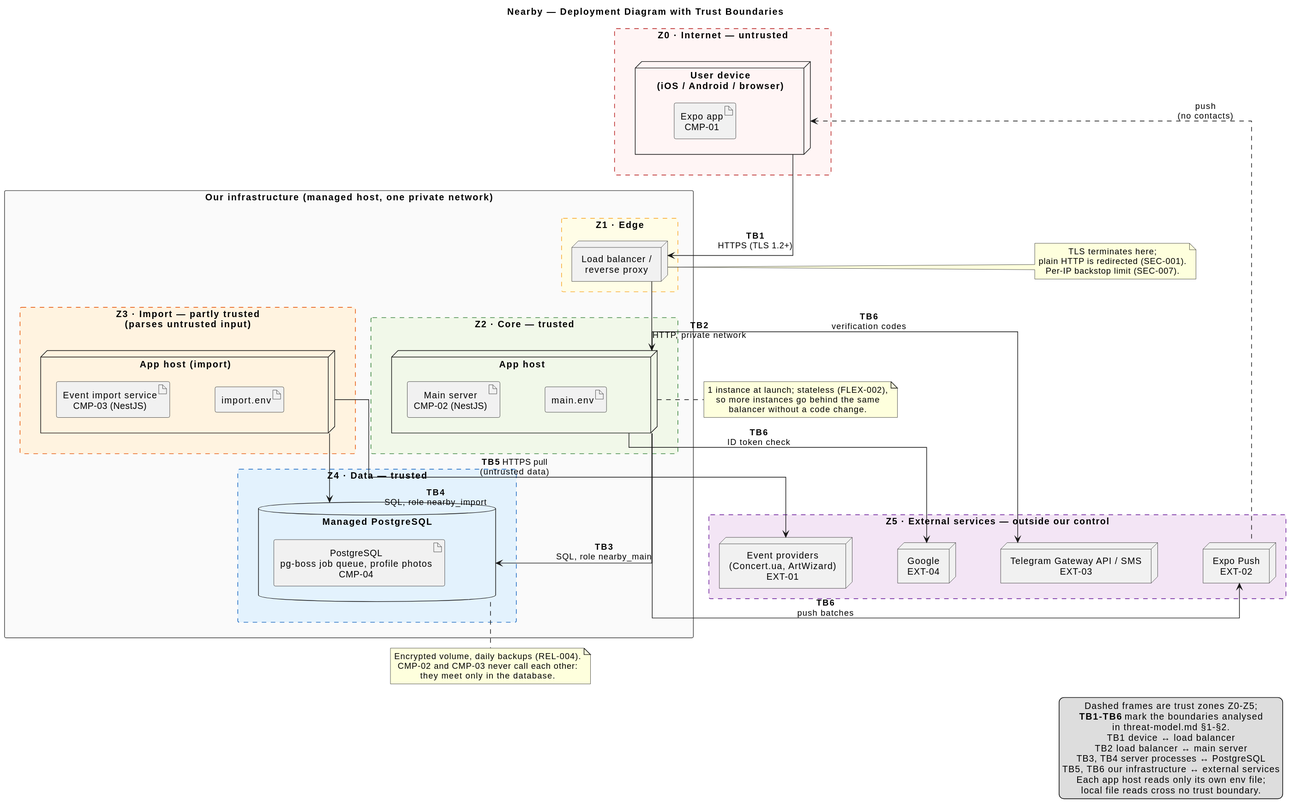
Above: docs/architecture/uml/rendered/deployment-diagram.svg in ukma-fin-ssdm-2026/pun-intended-team (PlantUML), before the change.
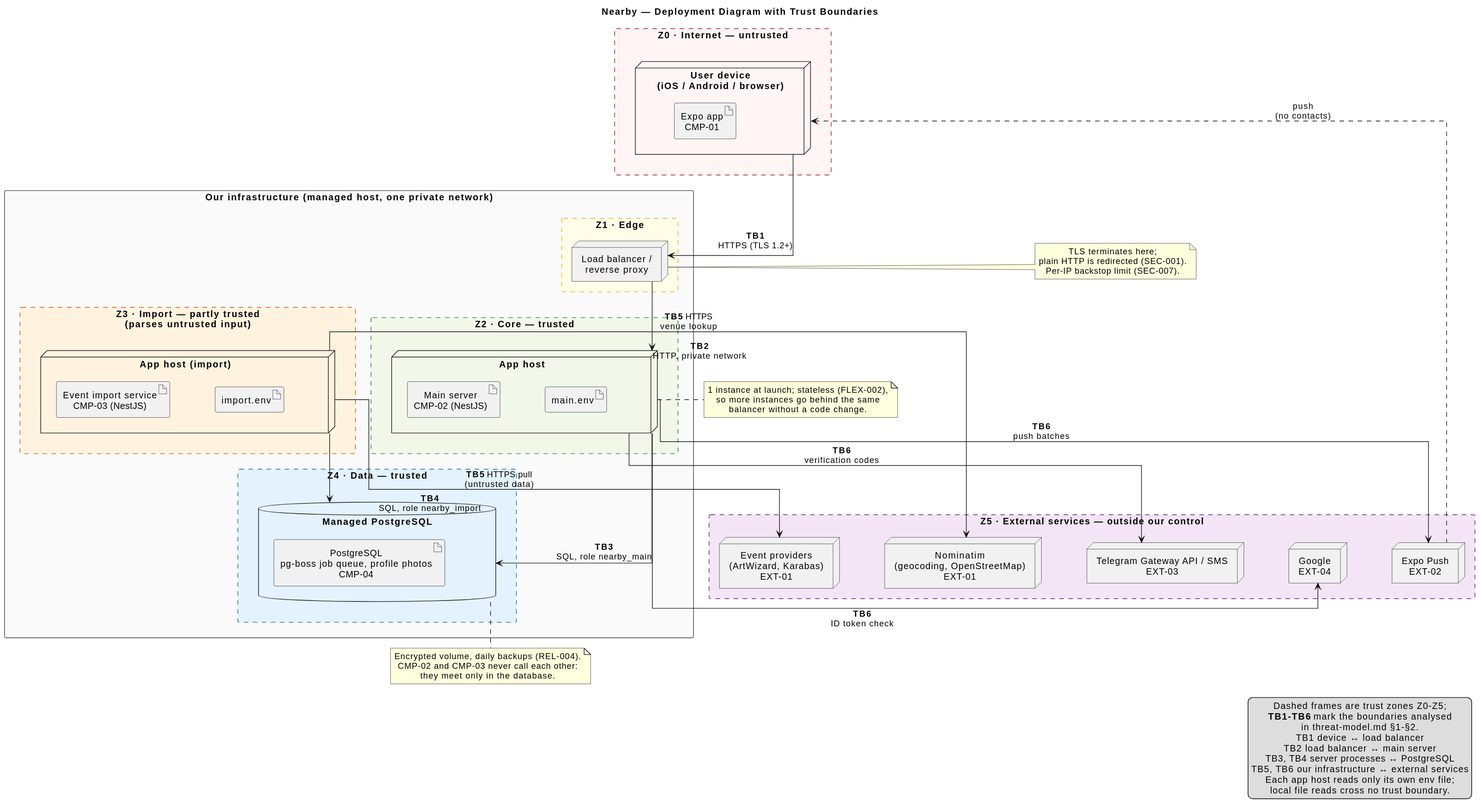
After the change.

The edit, as a diff of the source:
```diff
@@ -44,7 +44,8 @@
   node "Google\nEXT-04" as google
   node "Telegram Gateway API / SMS\nEXT-03" as tg
   node "Expo Push\nEXT-02" as push
-  node "Event providers\n(Concert.ua, ArtWizard)\nEXT-01" as providers
+  node "Event providers\n(ArtWizard, Karabas)\nEXT-01" as providers
+  node "Nominatim\n(geocoding, OpenStreetMap)\nEXT-01" as nominatim
 }
 
 dev -down-> lb : **TB1**\nHTTPS (TLS 1.2+)
@@ -55,11 +56,13 @@
 host_main -down-> tg : **TB6**\nverification codes
 host_main -down-> push : **TB6**\npush batches
 host_import -down-> providers : **TB5** HTTPS pull\n(untrusted data)
+host_import -down-> nominatim : **TB5** HTTPS\nvenue lookup
 push .up.> dev : push\n(no contacts)
 
 google -[hidden]right- tg
 tg -[hidden]right- push
 push -[hidden]right- providers
+providers -[hidden]right- nominatim
 
 note right of lb
   TLS terminates here;
```
